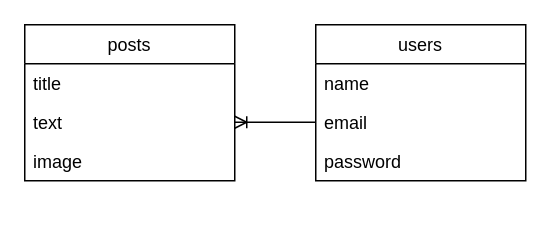
Above: ER.dio in kurigaki/index-37191 (draw.io), before the change. Source tidied: cells renumbered, new cells numbered last; positions are measured from the earlier drawing's top-left corner, leaving out a move shared by most shapes. Both pictures are drawn from the tidied source at 150%, with x=0, y=0 at pixel (24, 24).
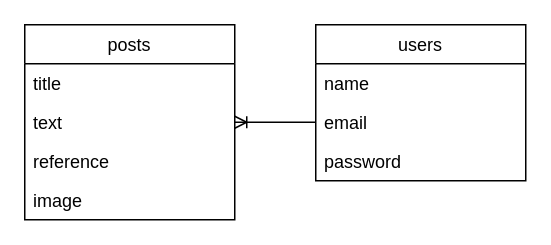
The same diagram, later.

Commit message:
er図にカラムを追加

Diff of the diagram source:
```diff
@@
 <mxGraphModel>
   <root>
     <mxCell id="0" />
     <mxCell id="1" parent="0" />
     <mxCell id="2" value="posts" style="swimlane;fontStyle=0;horizontal=1;startSize=26;" parent="1" vertex="1">
-      <mxGeometry width="140" height="104" as="geometry" />
+      <mxGeometry width="140" height="130" as="geometry" />
     </mxCell>
     <mxCell id="3" value="title" style="text;strokeColor=none;fillColor=none;align=left;verticalAlign=top;spacingLeft=4;spacingRight=4;overflow=hidden;" parent="2" vertex="1">
       <mxGeometry y="26" width="140" height="26" as="geometry" />
     </mxCell>
     <mxCell id="4" value="text" style="text;strokeColor=none;fillColor=none;align=left;verticalAlign=top;spacingLeft=4;spacingRight=4;overflow=hidden;points=[[0,0.5],[1,0.5]];portConstraint=eastwest;" parent="2" vertex="1">
       <mxGeometry y="52" width="140" height="26" as="geometry" />
     </mxCell>
-    <mxCell id="5" value="image" style="text;strokeColor=none;fillColor=none;align=left;verticalAlign=top;spacingLeft=4;spacingRight=4;overflow=hidden;" parent="2" vertex="1">
+    <mxCell id="5" value="reference" style="text;strokeColor=none;fillColor=none;align=left;verticalAlign=top;spacingLeft=4;spacingRight=4;overflow=hidden;" parent="2" vertex="1">
       <mxGeometry y="78" width="140" height="26" as="geometry" />
     </mxCell>
+    <mxCell id="11" value="image" style="text;strokeColor=none;fillColor=none;align=left;verticalAlign=top;spacingLeft=4;spacingRight=4;overflow=hidden;" parent="2" vertex="1">
+      <mxGeometry y="104" width="140" height="26" as="geometry" />
+    </mxCell>
     <mxCell id="6" value="users" style="swimlane;fontStyle=0;horizontal=1;startSize=26;" parent="1" vertex="1">
       <mxGeometry x="194" width="140" height="104" as="geometry" />
     </mxCell>
     <mxCell id="7" value="name" style="text;strokeColor=none;fillColor=none;align=left;verticalAlign=top;spacingLeft=4;spacingRight=4;overflow=hidden;" parent="6" vertex="1">
       <mxGeometry y="26" width="140" height="26" as="geometry" />
     </mxCell>
     <mxCell id="8" value="email" style="text;strokeColor=none;fillColor=none;align=left;verticalAlign=top;spacingLeft=4;spacingRight=4;overflow=hidden;points=[[0,0.5],[1,0.5]];portConstraint=eastwest;" parent="6" vertex="1">
       <mxGeometry y="52" width="140" height="26" as="geometry" />
     </mxCell>
     <mxCell id="9" value="password" style="text;strokeColor=none;fillColor=none;align=left;verticalAlign=top;spacingLeft=4;spacingRight=4;overflow=hidden;" parent="6" vertex="1">
       <mxGeometry y="78" width="140" height="26" as="geometry" />
     </mxCell>
     <mxCell id="10" style="edgeStyle=entityRelationEdgeStyle;fontSize=12;html=1;endArrow=ERoneToMany;exitX=0;exitY=0.5;exitDx=0;exitDy=0;entryX=1;entryY=0.5;entryDx=0;entryDy=0;" parent="1" edge="1" source="8" target="4">
       <mxGeometry relative="1" as="geometry" />
     </mxCell>
   </root>
 </mxGraphModel>
```
